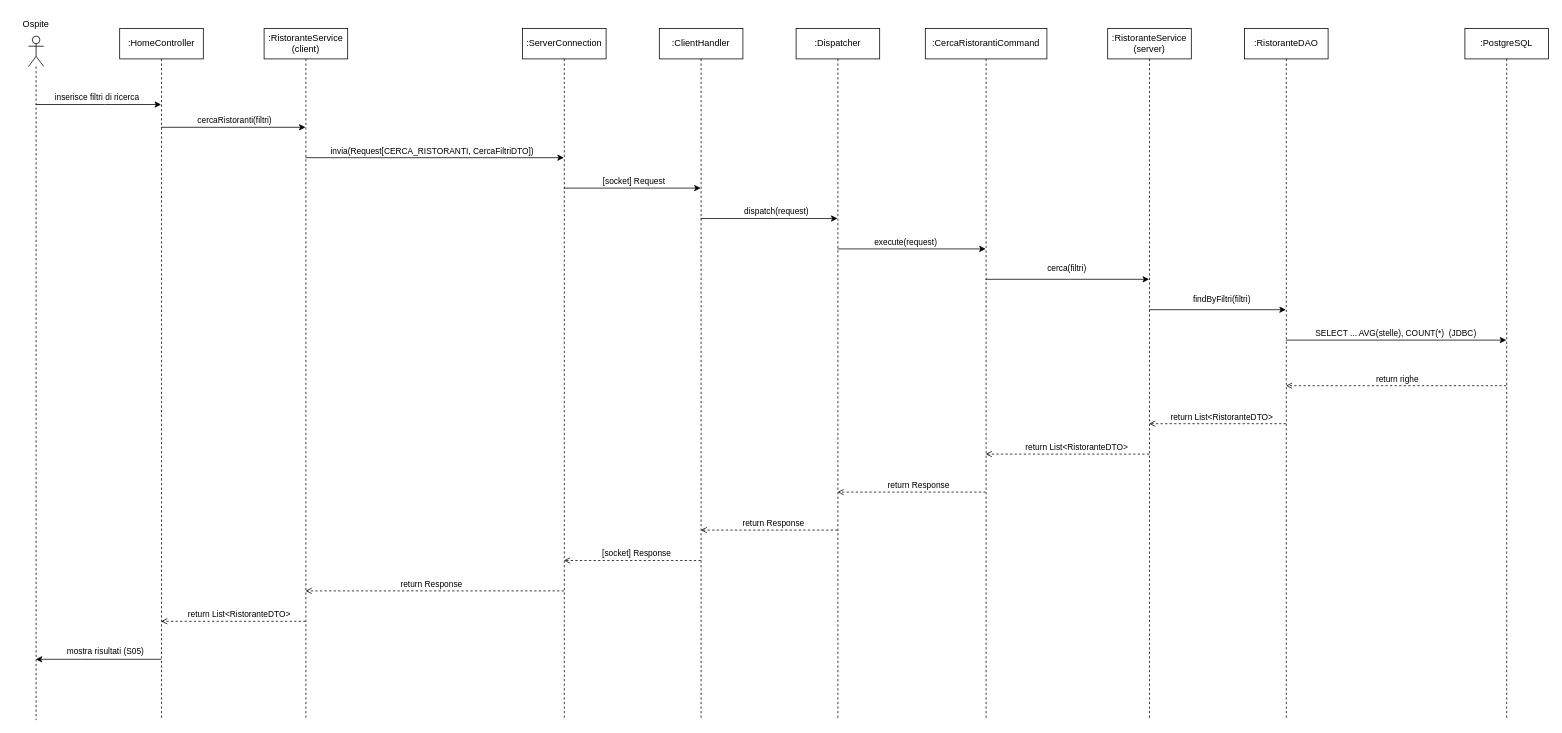
Above: page "Ricerca Ristoranti" (3 of 6) of Progettazione/Barlera/Diagrammi/SequenceDiagram.drawio in FloshDev/TheKnife-B (draw.io), before the change. Source tidied: cells renumbered, new cells numbered last; positions are measured from the earlier drawing's top-left corner, leaving out a move shared by most shapes. Both pictures are drawn from the tidied source at 76%, with x=0, y=0 at pixel (13, 13).
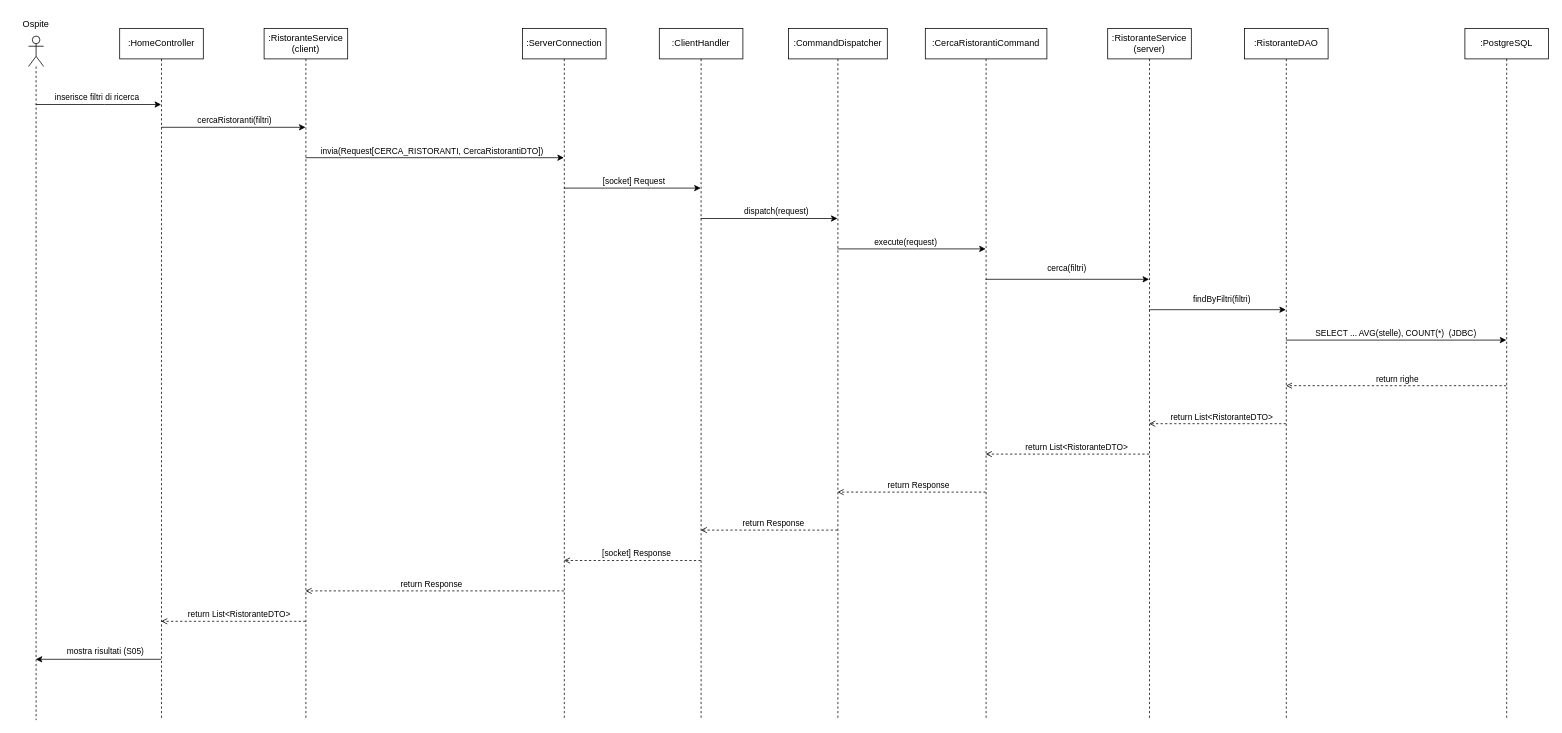
After the change.

Commit message (it also covers changes not shown here):
Risincronizza SequenceDiagram al codice reale (CommandDispatcher, DTO, ResponseStatus IT)

The change refers to these unchanged cells:
```xml
<mxCell id="12" style="edgeStyle=elbowEdgeStyle;rounded=0;jettySize=auto;html=1;elbow=vertical;curved=0;" parent="1" edge="1" source="14" target="11">
  <mxGeometry relative="1" as="geometry">
    <Array as="points">
      <mxPoint x="480" y="190" />
    </Array>
  </mxGeometry>
</mxCell>
```

Diff of the diagram source:
```diff
@@
-    <mxCell id="13" value="invia(Request[CERCA_RISTORANTI, CercaFiltriDTO])" style="edgeLabel;html=1;align=center;verticalAlign=middle;" parent="12" vertex="1">
+    <mxCell id="13" value="invia(Request[CERCA_RISTORANTI, CercaRistorantiDTO])" style="edgeLabel;html=1;align=center;verticalAlign=middle;" parent="12" vertex="1">
       <mxGeometry x="-0.06" y="1" relative="1" as="geometry">
         <mxPoint x="6" y="-9" as="offset" />
       </mxGeometry>
     </mxCell>
@@
-    <mxCell id="19" value=":Dispatcher" style="shape=umlLifeline;perimeter=lifelinePerimeter;whiteSpace=wrap;html=1;outlineConnect=0;portConstraint=eastwest;newEdgeStyle={&quot;edgeStyle&quot;:&quot;elbowEdgeStyle&quot;,&quot;elbow&quot;:&quot;vertical&quot;,&quot;curved&quot;:0,&quot;rounded&quot;:0};" parent="1" vertex="1">
-      <mxGeometry x="1030" y="20" width="110" height="910" as="geometry" />
+    <mxCell id="19" value=":CommandDispatcher" style="shape=umlLifeline;perimeter=lifelinePerimeter;whiteSpace=wrap;html=1;outlineConnect=0;portConstraint=eastwest;newEdgeStyle={&quot;edgeStyle&quot;:&quot;elbowEdgeStyle&quot;,&quot;elbow&quot;:&quot;vertical&quot;,&quot;curved&quot;:0,&quot;rounded&quot;:0};" parent="1" vertex="1">
+      <mxGeometry x="1020" y="20" width="130" height="910" as="geometry" />
     </mxCell>
```
